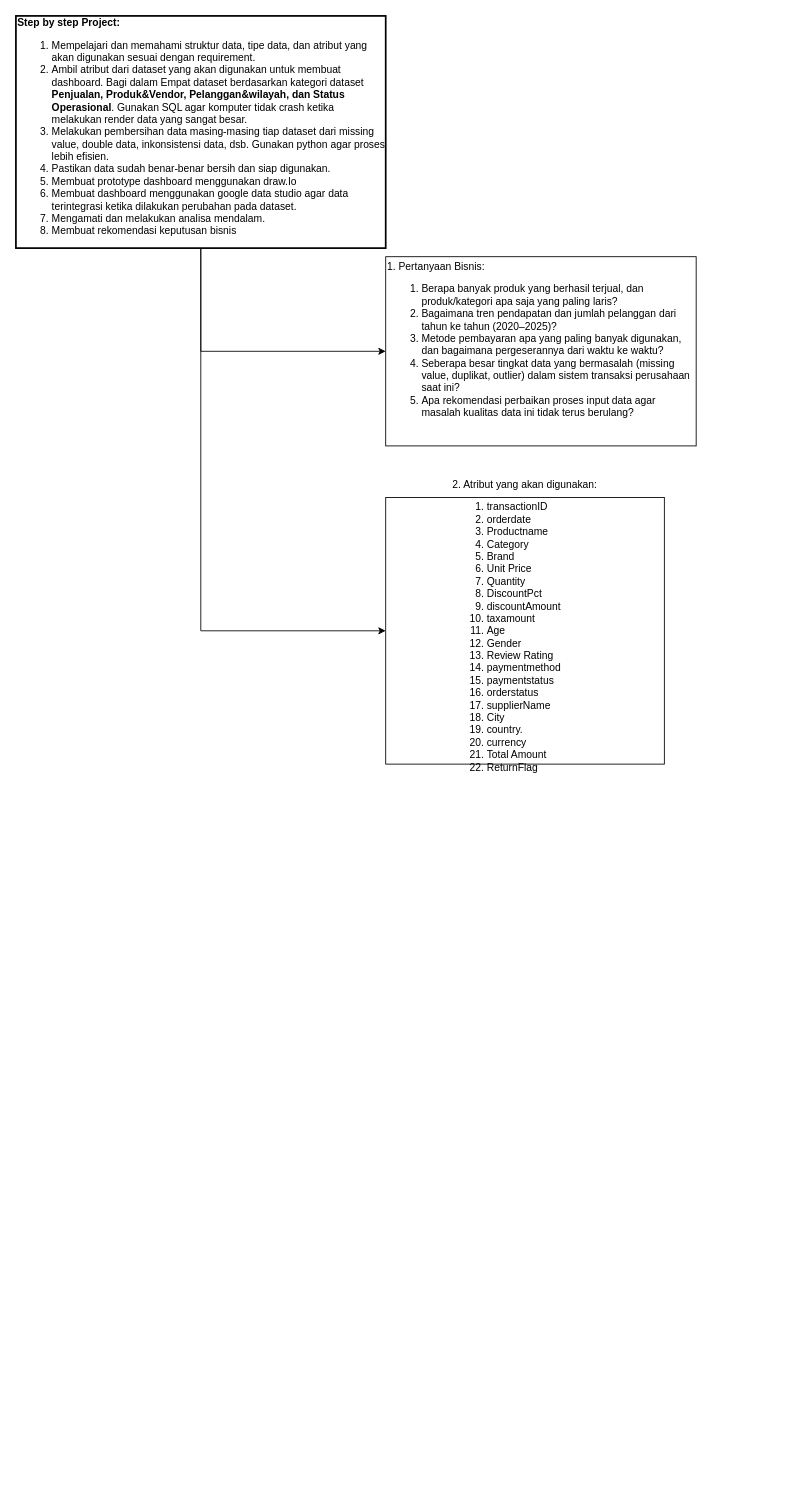
Before: Procedure, Requirement, Prototyping.drawio in mzakiIbrahim21/Project-Independent-S1E3, a draw.io diagram. Source tidied: cells renumbered, new cells numbered last; positions are measured from the earlier drawing's top-left corner, leaving out a move shared by most shapes. Both pictures are drawn from the tidied source at 86%, with x=0, y=0 at pixel (15, 15).
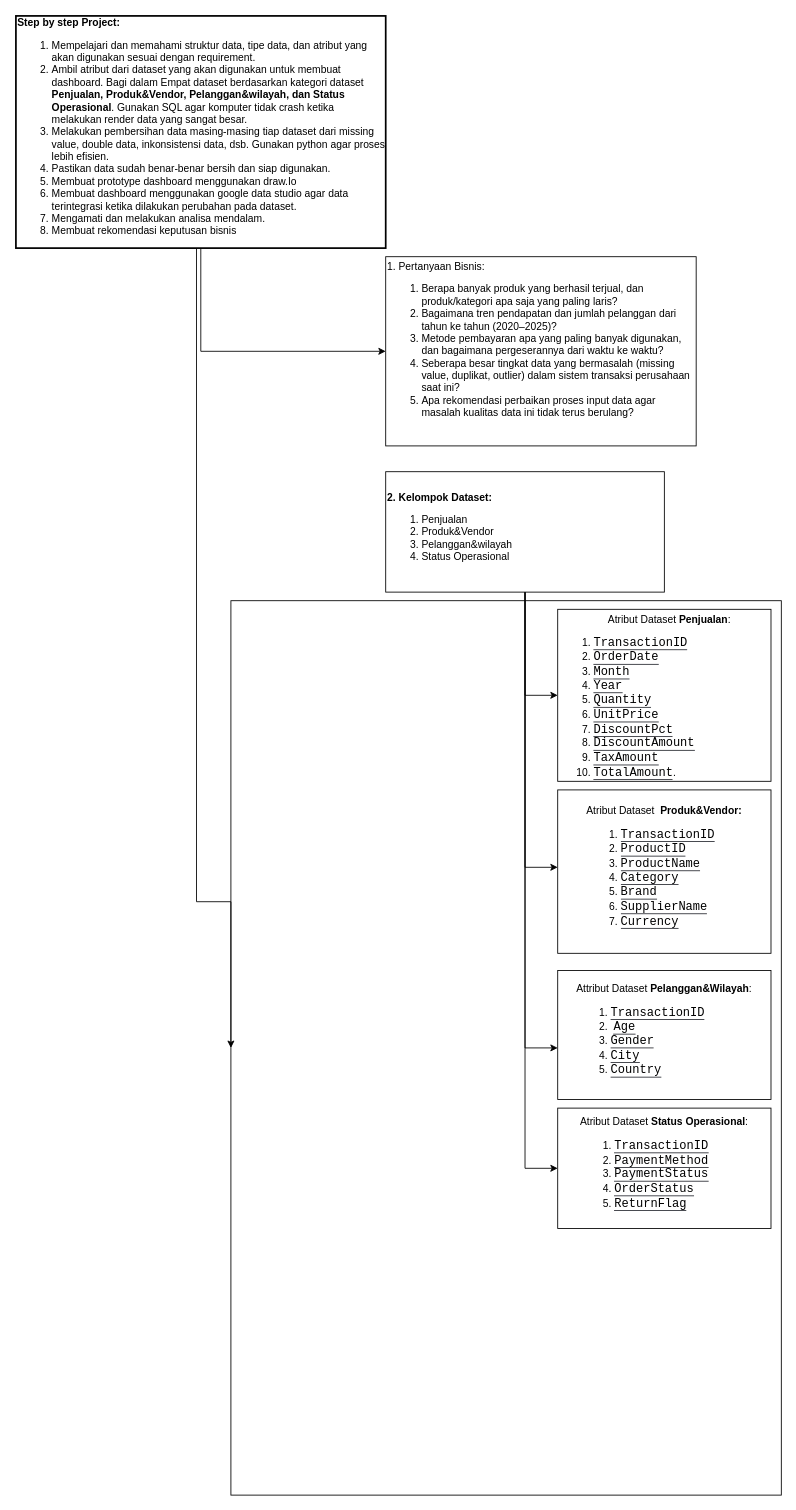
Above is the later version.

The change refers to these unchanged cells:
```xml
<mxCell id="4" value="&lt;b&gt;Step by step Project:&lt;/b&gt;&lt;div&gt;&lt;ol&gt;&lt;li&gt;Mempelajari dan memahami struktur data, tipe data, dan atribut yang akan digunakan sesuai dengan requirement.&lt;/li&gt;&lt;li&gt;Ambil atribut dari dataset yang akan digunakan untuk membuat dashboard. Bagi dalam Empat dataset berdasarkan kategori dataset &lt;b&gt;Penjualan, Produk&amp;amp;Vendor, Pelanggan&amp;amp;wilayah, dan Status Operasional&lt;/b&gt;. Gunakan SQL agar komputer tidak crash ketika melakukan render data yang sangat besar.&lt;/li&gt;&lt;li&gt;Melakukan pembersihan data masing-masing tiap dataset dari missing value, double data, inkonsistensi data, dsb. Gunakan python agar proses lebih efisien.&lt;/li&gt;&lt;li&gt;Pastikan data sudah benar-benar bersih dan siap digunakan.&lt;/li&gt;&lt;li&gt;Membuat prototype dashboard menggunakan draw.Io&lt;/li&gt;&lt;li&gt;Membuat dashboard menggunakan google data studio agar data terintegrasi ketika dilakukan perubahan pada dataset.&lt;/li&gt;&lt;li&gt;Mengamati dan melakukan analisa mendalam.&lt;/li&gt;&lt;li&gt;Membuat rekomendasi keputusan bisnis&lt;/li&gt;&lt;/ol&gt;&lt;/div&gt;" style="text;html=1;whiteSpace=wrap;align=left;verticalAlign=middle;rounded=0;strokeWidth=2;fillColor=default;strokeColor=default;" parent="1" vertex="1">
  <mxGeometry width="430" height="270" as="geometry" />
</mxCell>
```

The edit, as a diff of the source:
```diff
@@
-    <mxCell id="3" style="edgeStyle=orthogonalEdgeStyle;rounded=0;jettySize=auto;html=1;exitX=0.5;exitY=1;exitDx=0;exitDy=0;entryX=0;entryY=0.5;entryDx=0;entryDy=0;" parent="1" edge="1" source="4" target="6">
-      <mxGeometry relative="1" as="geometry" />
+    <mxCell id="3" style="edgeStyle=orthogonalEdgeStyle;rounded=0;jettySize=auto;html=1;exitX=0.5;exitY=1;exitDx=0;exitDy=0;entryX=0;entryY=0.5;entryDx=0;entryDy=0;" parent="1" edge="1" target="15">
+      <mxGeometry relative="1" as="geometry">
+        <mxPoint x="190" y="270" as="sourcePoint" />
+        <Array as="points">
+          <mxPoint x="210" y="270" />
+          <mxPoint x="210" y="1030" />
+        </Array>
+      </mxGeometry>
     </mxCell>
@@
+    <mxCell id="7" style="edgeStyle=orthogonalEdgeStyle;rounded=0;jettySize=auto;html=1;" parent="1" edge="1" source="6" target="10">
+      <mxGeometry relative="1" as="geometry">
+        <Array as="points">
+          <mxPoint x="592" y="790" />
+        </Array>
+      </mxGeometry>
+    </mxCell>
+    <mxCell id="8" style="edgeStyle=orthogonalEdgeStyle;rounded=0;jettySize=auto;html=1;exitX=0.5;exitY=1;exitDx=0;exitDy=0;" parent="1" edge="1" source="6" target="11">
+      <mxGeometry relative="1" as="geometry">
+        <Array as="points">
+          <mxPoint x="592" y="990" />
+        </Array>
+      </mxGeometry>
+    </mxCell>
+    <mxCell id="9" style="edgeStyle=orthogonalEdgeStyle;rounded=0;jettySize=auto;html=1;entryX=0;entryY=0.5;entryDx=0;entryDy=0;" parent="1" edge="1" source="6" target="14">
+      <mxGeometry relative="1" as="geometry" />
+    </mxCell>
-    <mxCell id="6" value="&lt;div style=&quot;text-align: left;&quot;&gt;2. Atribut yang akan digunakan:&lt;/div&gt;&lt;div style=&quot;text-align: left;&quot;&gt;&lt;ol&gt;&lt;li&gt;transactionID&lt;/li&gt;&lt;li&gt;orderdate&lt;/li&gt;&lt;li&gt;Productname&lt;/li&gt;&lt;li&gt;Category&lt;/li&gt;&lt;li&gt;Brand&lt;/li&gt;&lt;li&gt;Unit Price&lt;/li&gt;&lt;li&gt;Quantity&lt;/li&gt;&lt;li&gt;DiscountPct&lt;/li&gt;&lt;li&gt;discountAmount&lt;/li&gt;&lt;li&gt;taxamount&lt;/li&gt;&lt;li&gt;Age&lt;/li&gt;&lt;li&gt;Gender&lt;/li&gt;&lt;li&gt;Review Rating&lt;/li&gt;&lt;li&gt;paymentmethod&lt;/li&gt;&lt;li&gt;paymentstatus&lt;/li&gt;&lt;li&gt;orderstatus&lt;/li&gt;&lt;li&gt;supplierName&lt;/li&gt;&lt;li&gt;City&lt;/li&gt;&lt;li&gt;country.&lt;/li&gt;&lt;li&gt;currency&lt;/li&gt;&lt;li&gt;Total Amount&lt;/li&gt;&lt;li&gt;ReturnFlag&lt;/li&gt;&lt;/ol&gt;&lt;/div&gt;" style="text;html=1;whiteSpace=wrap;strokeColor=default;fillColor=default;align=center;verticalAlign=middle;rounded=0;" parent="1" vertex="1">
-      <mxGeometry x="430" y="560" width="324" height="310" as="geometry" />
+    <mxCell id="6" value="&lt;div style=&quot;&quot;&gt;&lt;b&gt;2. Kelompok Dataset:&lt;/b&gt;&lt;/div&gt;&lt;div style=&quot;&quot;&gt;&lt;ol&gt;&lt;li&gt;&lt;span style=&quot;background-color: transparent; color: light-dark(rgb(0, 0, 0), rgb(255, 255, 255));&quot;&gt;Penjualan&lt;/span&gt;&lt;/li&gt;&lt;li&gt;&lt;span style=&quot;background-color: transparent; color: light-dark(rgb(0, 0, 0), rgb(255, 255, 255));&quot;&gt;Produk&amp;amp;Vendor&lt;/span&gt;&lt;/li&gt;&lt;li&gt;&lt;span style=&quot;background-color: transparent; color: light-dark(rgb(0, 0, 0), rgb(255, 255, 255));&quot;&gt;Pelanggan&amp;amp;wilayah&lt;/span&gt;&lt;/li&gt;&lt;li&gt;&lt;span style=&quot;background-color: transparent; color: light-dark(rgb(0, 0, 0), rgb(255, 255, 255));&quot;&gt;Status Operasional&amp;nbsp;&lt;/span&gt;&lt;/li&gt;&lt;/ol&gt;&lt;/div&gt;" style="text;html=1;whiteSpace=wrap;strokeColor=default;fillColor=default;align=left;verticalAlign=middle;rounded=0;" parent="1" vertex="1">
+      <mxGeometry x="430" y="530" width="324" height="140" as="geometry" />
     </mxCell>
+    <mxCell id="10" value="&lt;div&gt;&lt;br&gt;&lt;/div&gt;&lt;div style=&quot;text-align: center;&quot;&gt;&lt;span style=&quot;background-color: transparent; color: light-dark(rgb(0, 0, 0), rgb(255, 255, 255));&quot;&gt;&amp;nbsp; &amp;nbsp; &amp;nbsp; &amp;nbsp; &amp;nbsp; &amp;nbsp; &amp;nbsp; &amp;nbsp; &amp;nbsp;Atribut Dataset &lt;b&gt;Penjualan&lt;/b&gt;:&lt;/span&gt;&lt;/div&gt;&lt;div&gt;&lt;ol&gt;&lt;li&gt;&lt;code dir=&quot;ltr&quot; class=&quot;KDcb0c&quot; style=&quot;font-size: 14px; margin: 0px; border-bottom: 1px solid rgb(44, 46, 53);&quot;&gt;TransactionID&lt;/code&gt;&lt;/li&gt;&lt;li&gt;&lt;code dir=&quot;ltr&quot; class=&quot;KDcb0c&quot; style=&quot;font-size: 14px; margin: 0px; border-bottom: 1px solid rgb(44, 46, 53);&quot;&gt;OrderDate&lt;/code&gt;&lt;/li&gt;&lt;li&gt;&lt;code dir=&quot;ltr&quot; class=&quot;KDcb0c&quot; style=&quot;font-size: 14px; margin: 0px; border-bottom: 1px solid rgb(44, 46, 53);&quot;&gt;Month&lt;/code&gt;&lt;/li&gt;&lt;li&gt;&lt;code dir=&quot;ltr&quot; class=&quot;KDcb0c&quot; style=&quot;font-size: 14px; margin: 0px; border-bottom: 1px solid rgb(44, 46, 53);&quot;&gt;Year&lt;/code&gt;&lt;/li&gt;&lt;li&gt;&lt;code dir=&quot;ltr&quot; class=&quot;KDcb0c&quot; style=&quot;font-size: 14px; margin: 0px; border-bottom: 1px solid rgb(44, 46, 53);&quot;&gt;Quantity&lt;/code&gt;&lt;/li&gt;&lt;li&gt;&lt;code dir=&quot;ltr&quot; class=&quot;KDcb0c&quot; style=&quot;font-size: 14px; margin: 0px; border-bottom: 1px solid rgb(44, 46, 53);&quot;&gt;UnitPrice&lt;/code&gt;&lt;/li&gt;&lt;li&gt;&lt;code dir=&quot;ltr&quot; class=&quot;KDcb0c&quot; style=&quot;font-size: 14px; margin: 0px; border-bottom: 1px solid rgb(44, 46, 53);&quot;&gt;DiscountPct&lt;/code&gt;&lt;/li&gt;&lt;li&gt;&lt;code dir=&quot;ltr&quot; class=&quot;KDcb0c&quot; style=&quot;font-size: 14px; margin: 0px; border-bottom: 1px solid rgb(44, 46, 53);&quot;&gt;DiscountAmount&lt;/code&gt;&lt;/li&gt;&lt;li&gt;&lt;code dir=&quot;ltr&quot; class=&quot;KDcb0c&quot; style=&quot;font-size: 14px; margin: 0px; border-bottom: 1px solid rgb(44, 46, 53);&quot;&gt;TaxAmount&lt;/code&gt;&lt;/li&gt;&lt;li&gt;&lt;code dir=&quot;ltr&quot; class=&quot;KDcb0c&quot; style=&quot;font-size: 14px; margin: 0px; border-bottom: 1px solid rgb(44, 46, 53);&quot;&gt;TotalAmount&lt;/code&gt;.&lt;/li&gt;&lt;/ol&gt;&lt;/div&gt;" style="rounded=0;whiteSpace=wrap;html=1;align=left;gradientColor=none;" parent="1" vertex="1">
+      <mxGeometry x="630" y="690" width="248" height="200" as="geometry" />
+    </mxCell>
+    <mxCell id="11" value="&lt;div style=&quot;text-align: left;&quot;&gt;&lt;span style=&quot;background-color: transparent; color: light-dark(rgb(0, 0, 0), rgb(255, 255, 255));&quot;&gt;Atribut Dataset&amp;nbsp;&lt;/span&gt;&lt;span style=&quot;background-color: transparent; color: light-dark(rgb(0, 0, 0), rgb(255, 255, 255));&quot;&gt;&amp;nbsp;&lt;/span&gt;&lt;b style=&quot;background-color: transparent; color: light-dark(rgb(0, 0, 0), rgb(255, 255, 255));&quot;&gt;Produk&amp;amp;Vendor:&lt;/b&gt;&lt;/div&gt;&lt;div&gt;&lt;ol&gt;&lt;li style=&quot;text-align: left;&quot;&gt;&lt;b&gt;&lt;code dir=&quot;ltr&quot; class=&quot;KDcb0c&quot; style=&quot;font-size: 14px; font-weight: 400; margin: 0px; border-bottom: 1px solid rgb(44, 46, 53);&quot;&gt;TransactionID&lt;/code&gt;&lt;/b&gt;&lt;/li&gt;&lt;li style=&quot;text-align: left;&quot;&gt;&lt;b&gt;&lt;code dir=&quot;ltr&quot; class=&quot;KDcb0c&quot; style=&quot;font-size: 14px; font-weight: 400; margin: 0px; border-bottom: 1px solid rgb(44, 46, 53);&quot;&gt;ProductID&lt;/code&gt;&lt;/b&gt;&lt;/li&gt;&lt;li style=&quot;text-align: left;&quot;&gt;&lt;b&gt;&lt;code dir=&quot;ltr&quot; class=&quot;KDcb0c&quot; style=&quot;font-size: 14px; font-weight: 400; margin: 0px; border-bottom: 1px solid rgb(44, 46, 53);&quot;&gt;ProductName&lt;/code&gt;&lt;/b&gt;&lt;/li&gt;&lt;li style=&quot;text-align: left;&quot;&gt;&lt;b&gt;&lt;code dir=&quot;ltr&quot; class=&quot;KDcb0c&quot; style=&quot;font-size: 14px; font-weight: 400; margin: 0px; border-bottom: 1px solid rgb(44, 46, 53);&quot;&gt;Category&lt;/code&gt;&lt;/b&gt;&lt;/li&gt;&lt;li style=&quot;text-align: left;&quot;&gt;&lt;b&gt;&lt;code dir=&quot;ltr&quot; class=&quot;KDcb0c&quot; style=&quot;font-size: 14px; font-weight: 400; margin: 0px; border-bottom: 1px solid rgb(44, 46, 53);&quot;&gt;Brand&lt;/code&gt;&lt;/b&gt;&lt;/li&gt;&lt;li style=&quot;text-align: left;&quot;&gt;&lt;b&gt;&lt;code dir=&quot;ltr&quot; class=&quot;KDcb0c&quot; style=&quot;font-size: 14px; font-weight: 400; margin: 0px; border-bottom: 1px solid rgb(44, 46, 53);&quot;&gt;SupplierName&lt;/code&gt;&lt;/b&gt;&lt;/li&gt;&lt;li style=&quot;text-align: left;&quot;&gt;&lt;b&gt;&lt;code dir=&quot;ltr&quot; class=&quot;KDcb0c&quot; style=&quot;font-size: 14px; font-weight: 400; margin: 0px; border-bottom: 1px solid rgb(44, 46, 53);&quot; aria-owns=&quot;action-menu-parent-container&quot;&gt;Currency&lt;/code&gt;&lt;/b&gt;&lt;/li&gt;&lt;/ol&gt;&lt;/div&gt;" style="rounded=0;whiteSpace=wrap;html=1;" parent="1" vertex="1">
+      <mxGeometry x="630" y="900" width="248" height="190" as="geometry" />
+    </mxCell>
+    <mxCell id="12" value="Attribut Dataset &lt;b&gt;Pelanggan&amp;amp;Wilayah&lt;/b&gt;:&lt;div&gt;&lt;ol&gt;&lt;li style=&quot;text-align: left;&quot;&gt;&lt;code dir=&quot;ltr&quot; class=&quot;KDcb0c&quot; style=&quot;font-size: 14px; margin: 0px; border-bottom: 1px solid rgb(44, 46, 53);&quot;&gt;TransactionID&lt;/code&gt;&lt;/li&gt;&lt;li style=&quot;text-align: left;&quot;&gt;&amp;nbsp;&lt;code dir=&quot;ltr&quot; class=&quot;KDcb0c&quot; style=&quot;font-size: 14px; margin: 0px; border-bottom: 1px solid rgb(44, 46, 53);&quot;&gt;Age&lt;/code&gt;&lt;/li&gt;&lt;li style=&quot;text-align: left;&quot;&gt;&lt;code dir=&quot;ltr&quot; class=&quot;KDcb0c&quot; style=&quot;font-size: 14px; margin: 0px; border-bottom: 1px solid rgb(44, 46, 53);&quot;&gt;Gender&lt;/code&gt;&lt;/li&gt;&lt;li style=&quot;text-align: left;&quot;&gt;&lt;code dir=&quot;ltr&quot; class=&quot;KDcb0c&quot; style=&quot;font-size: 14px; margin: 0px; border-bottom: 1px solid rgb(44, 46, 53);&quot;&gt;City&lt;/code&gt;&lt;/li&gt;&lt;li style=&quot;text-align: left;&quot;&gt;&lt;code dir=&quot;ltr&quot; class=&quot;KDcb0c&quot; style=&quot;font-size: 14px; margin: 0px; border-bottom: 1px solid rgb(44, 46, 53);&quot; aria-owns=&quot;action-menu-parent-container&quot;&gt;Country&lt;/code&gt;&lt;/li&gt;&lt;/ol&gt;&lt;/div&gt;" style="rounded=0;whiteSpace=wrap;html=1;" parent="1" vertex="1">
+      <mxGeometry x="630" y="1110" width="248" height="150" as="geometry" />
+    </mxCell>
+    <mxCell id="13" style="edgeStyle=orthogonalEdgeStyle;rounded=0;jettySize=auto;html=1;exitX=0.5;exitY=1;exitDx=0;exitDy=0;entryX=0;entryY=0.6;entryDx=0;entryDy=0;entryPerimeter=0;" parent="1" edge="1" source="6" target="12">
+      <mxGeometry relative="1" as="geometry" />
+    </mxCell>
+    <mxCell id="14" value="Atribut Dataset &lt;b&gt;Status Operasional&lt;/b&gt;:&lt;div style=&quot;text-align: left;&quot;&gt;&lt;ol&gt;&lt;li&gt;&lt;code dir=&quot;ltr&quot; class=&quot;KDcb0c&quot; style=&quot;font-size: 14px; margin: 0px; border-bottom: 1px solid rgb(44, 46, 53);&quot;&gt;TransactionID&lt;/code&gt;&lt;/li&gt;&lt;li&gt;&lt;code dir=&quot;ltr&quot; class=&quot;KDcb0c&quot; style=&quot;font-size: 14px; margin: 0px; border-bottom: 1px solid rgb(44, 46, 53);&quot;&gt;PaymentMethod&lt;/code&gt;&lt;/li&gt;&lt;li&gt;&lt;code dir=&quot;ltr&quot; class=&quot;KDcb0c&quot; style=&quot;font-size: 14px; margin: 0px; border-bottom: 1px solid rgb(44, 46, 53);&quot;&gt;PaymentStatus&lt;/code&gt;&lt;/li&gt;&lt;li&gt;&lt;code dir=&quot;ltr&quot; class=&quot;KDcb0c&quot; style=&quot;font-size: 14px; margin: 0px; border-bottom: 1px solid rgb(44, 46, 53);&quot;&gt;OrderStatus&lt;/code&gt;&lt;/li&gt;&lt;li&gt;&lt;code dir=&quot;ltr&quot; class=&quot;KDcb0c&quot; style=&quot;font-size: 14px; margin: 0px; border-bottom: 1px solid rgb(44, 46, 53);&quot; aria-owns=&quot;action-menu-parent-container&quot;&gt;ReturnFlag&lt;/code&gt;&lt;/li&gt;&lt;/ol&gt;&lt;/div&gt;" style="rounded=0;whiteSpace=wrap;html=1;" parent="1" vertex="1">
+      <mxGeometry x="630" y="1270" width="248" height="140" as="geometry" />
+    </mxCell>
+    <mxCell id="15" style="rounded=0;whiteSpace=wrap;html=1;fillColor=none;" parent="1" vertex="1">
+      <mxGeometry x="250" y="680" width="640" height="1040" as="geometry" />
+    </mxCell>
```
